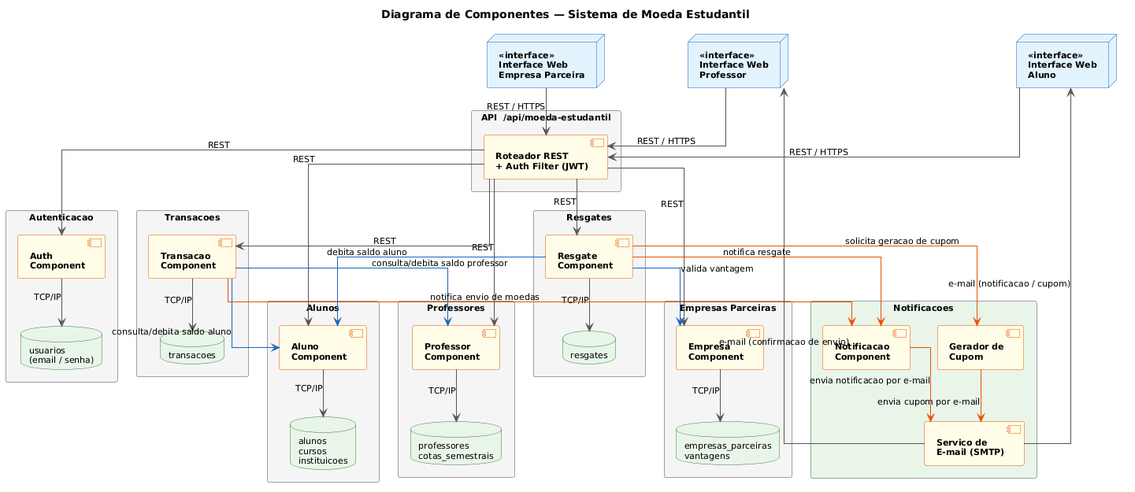
Earlier version of the PlantUML export docs/Diagrama de Componentes.png (analufreitasx/lab3-projetodesoftware). Source of this version:
```plantuml
@startuml
skinparam backgroundColor white
skinparam defaultFontName Arial
skinparam defaultFontSize 11
skinparam ArrowColor #555555
skinparam linetype ortho

skinparam component {
  BackgroundColor #FFFDE7
  BorderColor #E65100
  FontStyle bold
}
skinparam package {
  BackgroundColor #FFF8F0
  BorderColor #FF8F00
  Style rectangle
}
skinparam database {
  BackgroundColor #E8F5E9
  BorderColor #2E7D32
}
skinparam node {
  BackgroundColor #E3F2FD
  BorderColor #1565C0
  FontStyle bold
}
skinparam rectangle {
  BackgroundColor #F5F5F5
  BorderColor #9E9E9E
}

title Diagrama de Componentes — Sistema de Moeda Estudantil

node "<<interface>>\nInterface Web\nAluno" as UIAluno
node "<<interface>>\nInterface Web\nProfessor" as UIProf
node "<<interface>>\nInterface Web\nEmpresa Parceira" as UIEmp

rectangle "API  /api/moeda-estudantil" as GW {
  component "Roteador REST\n+ Auth Filter (JWT)" as Router
}

package "Autenticacao" as PkgAuth {
  component "Auth\nComponent" as CompAuth
  database "usuarios\n(email / senha)" as DBAuth
}

package "Alunos" as PkgAluno {
  component "Aluno\nComponent" as CompAluno
  database "alunos\ncursos\ninstituicoes" as DBAluno
}

package "Professores" as PkgProf {
  component "Professor\nComponent" as CompProf
  database "professores\ncotas_semestrais" as DBProf
}

package "Empresas Parceiras" as PkgEmp {
  component "Empresa\nComponent" as CompEmp
  database "empresas_parceiras\nvantagens" as DBEmp
}

package "Transacoes" as PkgTrans {
  component "Transacao\nComponent" as CompTrans
  database "transacoes" as DBTrans
}

package "Resgates" as PkgResg {
  component "Resgate\nComponent" as CompResg
  database "resgates" as DBResg
}

package "Notificacoes" as PkgNotif #E8F5E9 {
  component "Notificacao\nComponent" as CompNotif
  component "Gerador de\nCupom" as CompCupom
  component "Servico de\nE-mail (SMTP)" as CompEmail
}

UIAluno -down-> Router : REST / HTTPS
UIProf  -down-> Router : REST / HTTPS
UIEmp   -down-> Router : REST / HTTPS

Router -down-> CompAuth  : REST
Router -down-> CompAluno : REST
Router -down-> CompProf  : REST
Router -down-> CompEmp   : REST
Router -down-> CompTrans : REST
Router -down-> CompResg  : REST

CompAuth  -down-> DBAuth  : TCP/IP
CompAluno -down-> DBAluno : TCP/IP
CompProf  -down-> DBProf  : TCP/IP
CompEmp   -down-> DBEmp   : TCP/IP
CompTrans -down-> DBTrans : TCP/IP
CompResg  -down-> DBResg  : TCP/IP

CompTrans -[#1565C0]-> CompAluno : consulta/debita saldo aluno
CompTrans -[#1565C0]-> CompProf  : consulta/debita saldo professor
CompResg  -[#1565C0]-> CompAluno : debita saldo aluno
CompResg  -[#1565C0]-> CompEmp   : valida vantagem

CompTrans -[#E65100]-> CompNotif : notifica envio de moedas
CompResg  -[#E65100]-> CompNotif : notifica resgate
CompResg  -[#E65100]-> CompCupom : solicita geracao de cupom
CompCupom -[#E65100]-> CompEmail : envia cupom por e-mail
CompNotif -[#E65100]-> CompEmail : envia notificacao por e-mail

CompEmail -up-> UIAluno : e-mail (notificacao / cupom)
CompEmail -up-> UIProf  : e-mail (confirmacao de envio)
@enduml
```
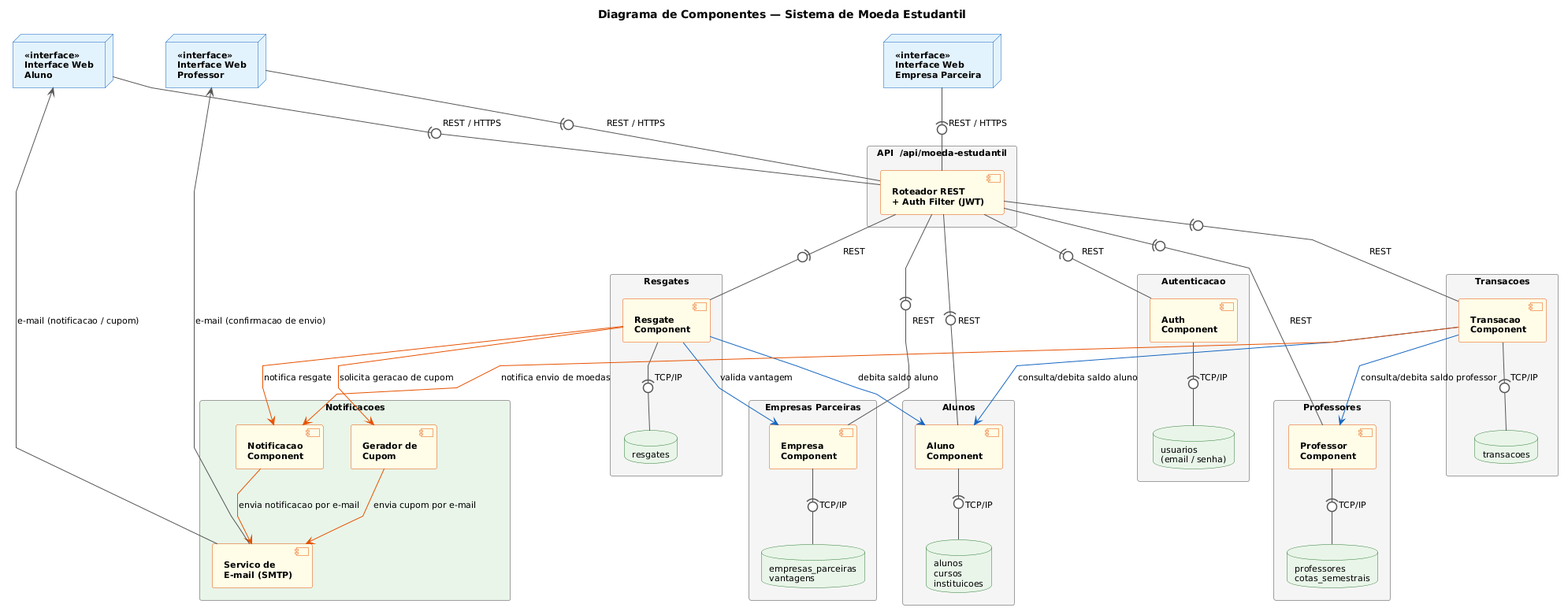
After the commit.

Commit message:
docs: update components diagram

Change to the diagram source:
```diff
@@ -3,7 +3,7 @@
 skinparam defaultFontName Arial
 skinparam defaultFontSize 11
 skinparam ArrowColor #555555
-skinparam linetype ortho
+skinparam linetype polyline
 
 skinparam component {
   BackgroundColor #FFFDE7
@@ -75,23 +75,23 @@
   component "Servico de\nE-mail (SMTP)" as CompEmail
 }
 
-UIAluno -down-> Router : REST / HTTPS
-UIProf  -down-> Router : REST / HTTPS
-UIEmp   -down-> Router : REST / HTTPS
+UIAluno -(0- Router : REST / HTTPS
+UIProf  -(0- Router : REST / HTTPS
+UIEmp   -(0- Router : REST / HTTPS
 
-Router -down-> CompAuth  : REST
-Router -down-> CompAluno : REST
-Router -down-> CompProf  : REST
-Router -down-> CompEmp   : REST
-Router -down-> CompTrans : REST
-Router -down-> CompResg  : REST
+Router -(0- CompAuth  : REST
+Router -(0- CompAluno : REST
+Router -(0- CompProf  : REST
+Router -(0- CompEmp   : REST
+Router -(0- CompTrans : REST
+Router -(0- CompResg  : REST
 
-CompAuth  -down-> DBAuth  : TCP/IP
-CompAluno -down-> DBAluno : TCP/IP
-CompProf  -down-> DBProf  : TCP/IP
-CompEmp   -down-> DBEmp   : TCP/IP
-CompTrans -down-> DBTrans : TCP/IP
-CompResg  -down-> DBResg  : TCP/IP
+CompAuth  -(0- DBAuth  : TCP/IP
+CompAluno -(0- DBAluno : TCP/IP
+CompProf  -(0- DBProf  : TCP/IP
+CompEmp   -(0- DBEmp   : TCP/IP
+CompTrans -(0- DBTrans : TCP/IP
+CompResg  -(0- DBResg  : TCP/IP
 
 CompTrans -[#1565C0]-> CompAluno : consulta/debita saldo aluno
 CompTrans -[#1565C0]-> CompProf  : consulta/debita saldo professor
```
